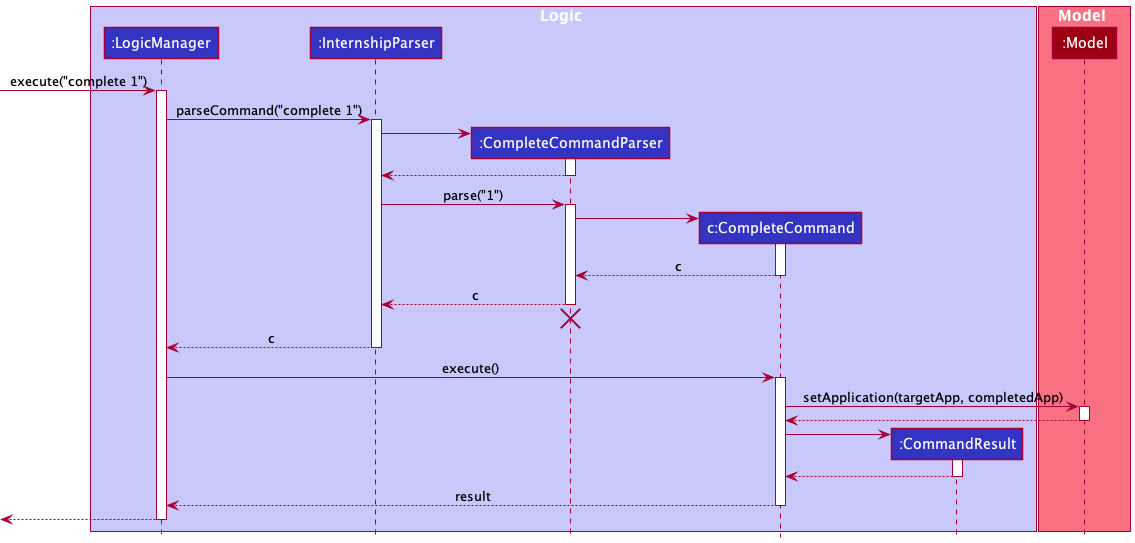
The PlantUML diagram docs/images/umldiagrams/CompleteSequenceDiagram.png in tianyue58/tp, before a commit.
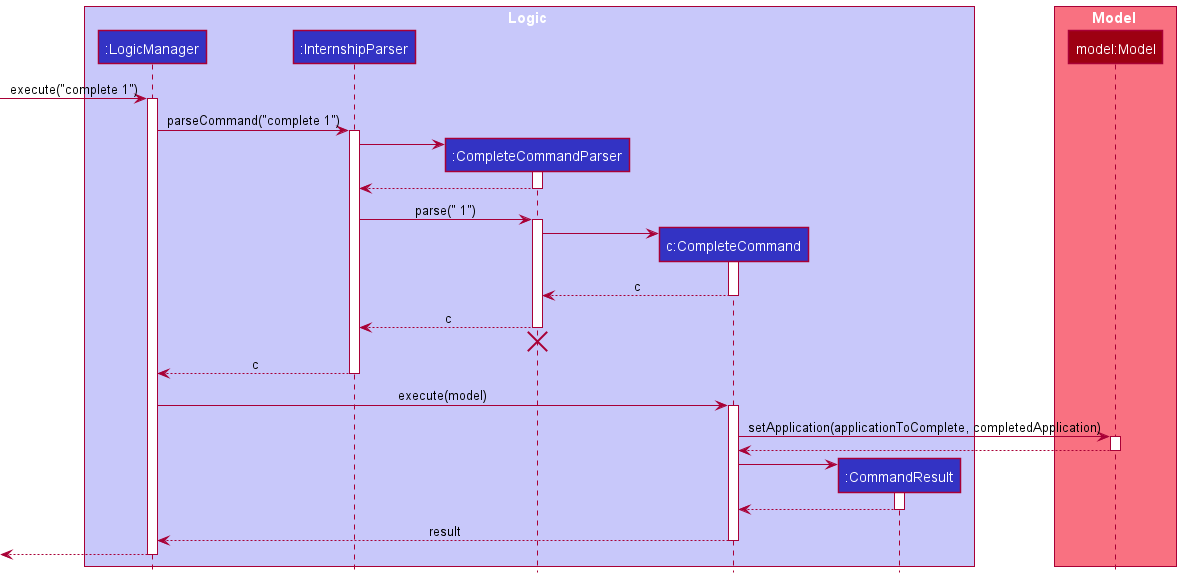
After the commit.

Change to the diagram source:
```diff
@@ -10,7 +10,7 @@
 end box
 
 box Model MODEL_COLOR_T1
-participant ":Model" as Model MODEL_COLOR
+participant "model:Model" as Model MODEL_COLOR
 end box
 
 [-> LogicManager : execute("complete 1")
@@ -26,7 +26,7 @@
 CompleteCommandParser --> InternshipParser
 deactivate CompleteCommandParser
 
-InternshipParser -> CompleteCommandParser : parse("1")
+InternshipParser -> CompleteCommandParser : parse(" 1")
 activate CompleteCommandParser
 
 create CompleteCommand
@@ -44,10 +44,10 @@
 InternshipParser --> LogicManager : c
 deactivate InternshipParser
 
-LogicManager -> CompleteCommand : execute()
+LogicManager -> CompleteCommand : execute(model)
 activate CompleteCommand
 
-CompleteCommand -> Model : setApplication(targetApp, completedApp)
+CompleteCommand -> Model : setApplication(applicationToComplete, completedApplication)
 activate Model
 
 Model --> CompleteCommand
```
